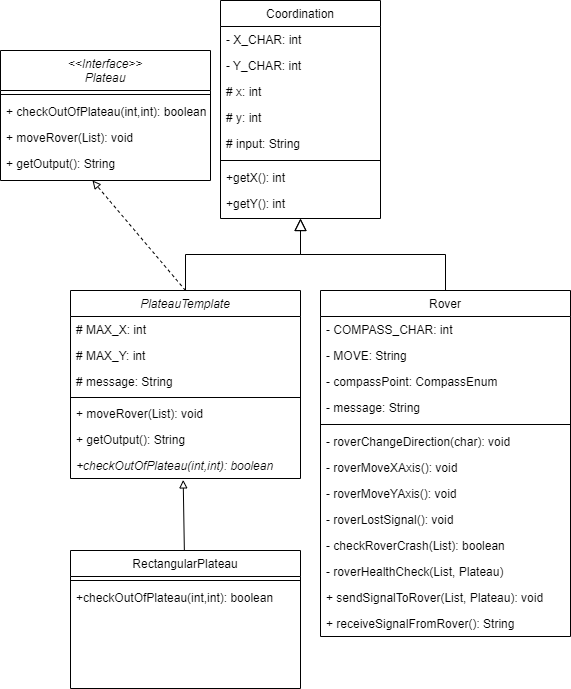
The draw.io diagram Mars-Rover-Kata_final.drawio.png in punkason/Mars-Rover-Kata, before a commit. Source tidied: cells renumbered, new cells last; positions are measured from the earlier drawing's top-left corner, leaving out a move shared by most shapes.
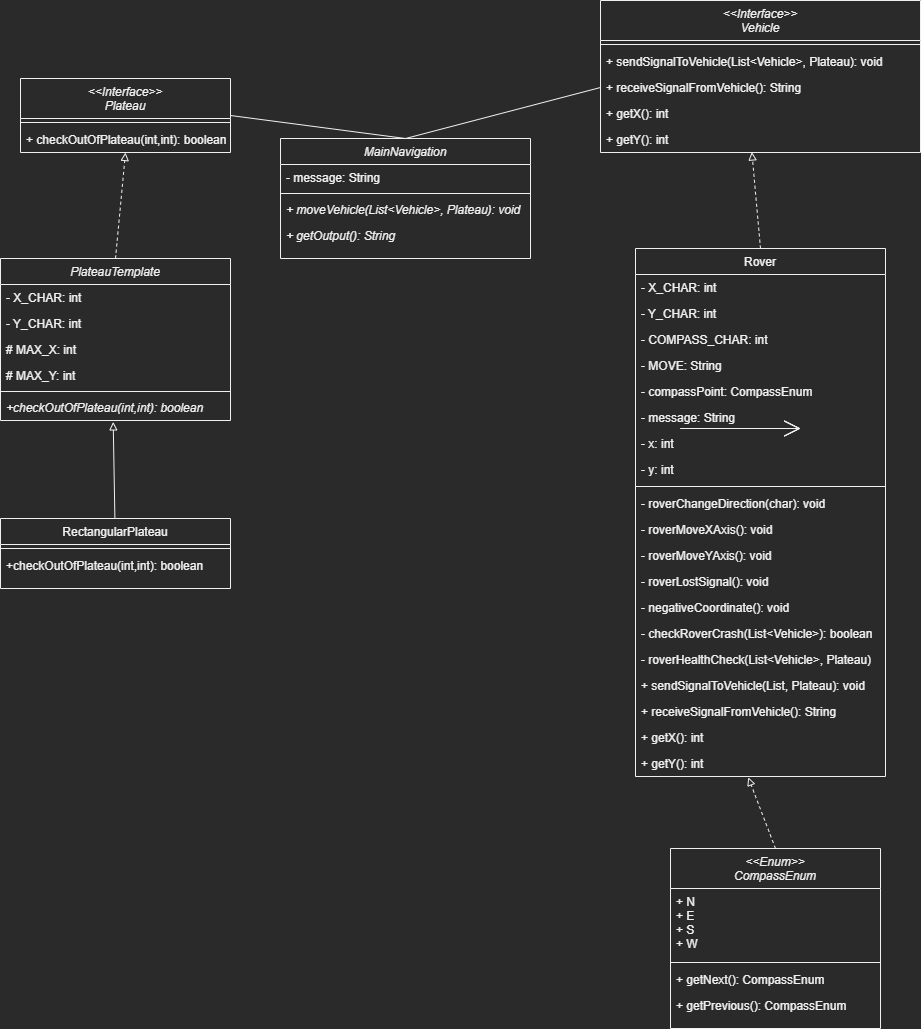
The same diagram one commit later.

Commit message:
Update UML diagram

Diff of the diagram source:
```diff
@@ -2,107 +2,92 @@
   <root>
     <mxCell id="0" />
     <mxCell id="1" parent="0" />
-    <mxCell id="2" value="Coordination" style="swimlane;fontStyle=0;align=center;verticalAlign=top;horizontal=1;startSize=26;rounded=0;shadow=0;strokeWidth=1;" parent="1" vertex="1">
-      <mxGeometry x="220" width="160" height="218" as="geometry" />
-    </mxCell>
-    <mxCell id="3" value="- X_CHAR: int" style="text;align=left;verticalAlign=top;spacingLeft=4;spacingRight=4;overflow=hidden;" parent="2" vertex="1">
-      <mxGeometry y="26" width="160" height="26" as="geometry" />
-    </mxCell>
-    <mxCell id="4" value="- Y_CHAR: int" style="text;align=left;verticalAlign=top;spacingLeft=4;spacingRight=4;overflow=hidden;rounded=0;shadow=0;html=0;" parent="2" vertex="1">
-      <mxGeometry y="52" width="160" height="26" as="geometry" />
-    </mxCell>
-    <mxCell id="5" value="# x: int" style="text;align=left;verticalAlign=top;spacingLeft=4;spacingRight=4;overflow=hidden;rounded=0;shadow=0;html=0;" parent="2" vertex="1">
-      <mxGeometry y="78" width="160" height="26" as="geometry" />
-    </mxCell>
-    <mxCell id="6" value="# y: int" style="text;align=left;verticalAlign=top;spacingLeft=4;spacingRight=4;overflow=hidden;rounded=0;shadow=0;html=0;" parent="2" vertex="1">
-      <mxGeometry y="104" width="160" height="26" as="geometry" />
-    </mxCell>
-    <mxCell id="7" value="# input: String" style="text;align=left;verticalAlign=top;spacingLeft=4;spacingRight=4;overflow=hidden;rounded=0;shadow=0;html=0;" parent="2" vertex="1">
-      <mxGeometry y="130" width="160" height="26" as="geometry" />
-    </mxCell>
-    <mxCell id="8" style="line;html=1;strokeWidth=1;align=left;verticalAlign=middle;spacingTop=-1;spacingLeft=3;spacingRight=3;labelPosition=right;" parent="2" vertex="1">
-      <mxGeometry y="156" width="160" height="8" as="geometry" />
-    </mxCell>
-    <mxCell id="9" value="+getX(): int" style="text;align=left;verticalAlign=top;spacingLeft=4;spacingRight=4;overflow=hidden;" parent="2" vertex="1">
-      <mxGeometry y="164" width="160" height="26" as="geometry" />
-    </mxCell>
-    <mxCell id="10" value="+getY(): int" style="text;align=left;verticalAlign=top;spacingLeft=4;spacingRight=4;overflow=hidden;" parent="2" vertex="1">
-      <mxGeometry y="190" width="160" height="26" as="geometry" />
-    </mxCell>
     <mxCell id="11" value="PlateauTemplate" style="swimlane;fontStyle=2;align=center;verticalAlign=top;horizontal=1;startSize=26;rounded=0;shadow=0;strokeWidth=1;" parent="1" vertex="1">
-      <mxGeometry x="70" y="290" width="230" height="188" as="geometry" />
+      <mxGeometry x="70" y="290" width="230" height="162" as="geometry" />
     </mxCell>
-    <mxCell id="12" value="# MAX_X: int" style="text;align=left;verticalAlign=top;spacingLeft=4;spacingRight=4;overflow=hidden;" parent="11" vertex="1">
+    <mxCell id="12" value="- X_CHAR: int" style="text;align=left;verticalAlign=top;spacingLeft=4;spacingRight=4;overflow=hidden;" parent="11" vertex="1">
       <mxGeometry y="26" width="230" height="26" as="geometry" />
     </mxCell>
-    <mxCell id="13" value="# MAX_Y: int" style="text;align=left;verticalAlign=top;spacingLeft=4;spacingRight=4;overflow=hidden;" parent="11" vertex="1">
+    <mxCell id="13" value="- Y_CHAR: int" style="text;align=left;verticalAlign=top;spacingLeft=4;spacingRight=4;overflow=hidden;" parent="11" vertex="1">
       <mxGeometry y="52" width="230" height="26" as="geometry" />
     </mxCell>
+    <mxCell id="45" value="# MAX_X: int" style="text;align=left;verticalAlign=top;spacingLeft=4;spacingRight=4;overflow=hidden;" parent="11" vertex="1">
+      <mxGeometry y="78" width="230" height="26" as="geometry" />
+    </mxCell>
-    <mxCell id="14" value="# message: String" style="text;align=left;verticalAlign=top;spacingLeft=4;spacingRight=4;overflow=hidden;" parent="11" vertex="1">
-      <mxGeometry y="78" width="230" height="26" as="geometry" />
+    <mxCell id="14" value="# MAX_Y: int" style="text;align=left;verticalAlign=top;spacingLeft=4;spacingRight=4;overflow=hidden;" parent="11" vertex="1">
+      <mxGeometry y="104" width="230" height="26" as="geometry" />
     </mxCell>
     <mxCell id="15" style="line;html=1;strokeWidth=1;align=left;verticalAlign=middle;spacingTop=-1;spacingLeft=3;spacingRight=3;labelPosition=right;" parent="11" vertex="1">
-      <mxGeometry y="104" width="230" height="6" as="geometry" />
+      <mxGeometry y="130" width="230" height="6" as="geometry" />
     </mxCell>
-    <mxCell id="16" value="+ moveRover(List): void" style="text;align=left;verticalAlign=top;spacingLeft=4;spacingRight=4;overflow=hidden;" parent="11" vertex="1">
-      <mxGeometry y="110" width="230" height="26" as="geometry" />
-    </mxCell>
-    <mxCell id="17" value="+ getOutput(): String" style="text;align=left;verticalAlign=top;spacingLeft=4;spacingRight=4;overflow=hidden;" parent="11" vertex="1">
-      <mxGeometry y="136" width="230" height="26" as="geometry" />
-    </mxCell>
     <mxCell id="18" value="+checkOutOfPlateau(int,int): boolean" style="text;align=left;verticalAlign=top;spacingLeft=4;spacingRight=4;overflow=hidden;points=[[0,0.5],[1,0.5]];portConstraint=eastwest;fontStyle=2;" parent="11" vertex="1">
-      <mxGeometry y="162" width="230" height="26" as="geometry" />
+      <mxGeometry y="136" width="230" height="26" as="geometry" />
     </mxCell>
-    <mxCell id="19" style="endArrow=block;endSize=10;endFill=0;shadow=0;strokeWidth=1;rounded=0;edgeStyle=elbowEdgeStyle;elbow=vertical;" parent="1" edge="1" source="11" target="2">
-      <mxGeometry relative="1" as="geometry" />
-    </mxCell>
     <mxCell id="20" value="Rover" style="swimlane;fontStyle=0;align=center;verticalAlign=top;horizontal=1;startSize=26;rounded=0;shadow=0;strokeWidth=1;" parent="1" vertex="1">
-      <mxGeometry x="320" y="290" width="250" height="346" as="geometry" />
+      <mxGeometry x="705" y="280" width="250" height="528" as="geometry" />
     </mxCell>
-    <mxCell id="21" value="- COMPASS_CHAR: int" style="text;align=left;verticalAlign=top;spacingLeft=4;spacingRight=4;overflow=hidden;" parent="20" vertex="1">
+    <mxCell id="21" value="- X_CHAR: int" style="text;align=left;verticalAlign=top;spacingLeft=4;spacingRight=4;overflow=hidden;" parent="20" vertex="1">
       <mxGeometry y="26" width="250" height="26" as="geometry" />
     </mxCell>
+    <mxCell id="4" value="- Y_CHAR: int" style="text;align=left;verticalAlign=top;spacingLeft=4;spacingRight=4;overflow=hidden;" parent="20" vertex="1">
+      <mxGeometry y="52" width="250" height="26" as="geometry" />
+    </mxCell>
+    <mxCell id="46" value="- COMPASS_CHAR: int" style="text;align=left;verticalAlign=top;spacingLeft=4;spacingRight=4;overflow=hidden;" parent="20" vertex="1">
+      <mxGeometry y="78" width="250" height="26" as="geometry" />
+    </mxCell>
     <mxCell id="22" value="- MOVE: String" style="text;align=left;verticalAlign=top;spacingLeft=4;spacingRight=4;overflow=hidden;" parent="20" vertex="1">
-      <mxGeometry y="52" width="250" height="26" as="geometry" />
+      <mxGeometry y="104" width="250" height="26" as="geometry" />
     </mxCell>
     <mxCell id="23" value="- compassPoint: CompassEnum" style="text;align=left;verticalAlign=top;spacingLeft=4;spacingRight=4;overflow=hidden;" parent="20" vertex="1">
-      <mxGeometry y="78" width="250" height="26" as="geometry" />
+      <mxGeometry y="130" width="250" height="26" as="geometry" />
     </mxCell>
+    <mxCell id="47" value="- message: String" style="text;align=left;verticalAlign=top;spacingLeft=4;spacingRight=4;overflow=hidden;" parent="20" vertex="1">
+      <mxGeometry y="156" width="250" height="26" as="geometry" />
+    </mxCell>
+    <mxCell id="48" value="- x: int" style="text;align=left;verticalAlign=top;spacingLeft=4;spacingRight=4;overflow=hidden;" parent="20" vertex="1">
+      <mxGeometry y="182" width="250" height="26" as="geometry" />
+    </mxCell>
-    <mxCell id="24" value="- message: String" style="text;align=left;verticalAlign=top;spacingLeft=4;spacingRight=4;overflow=hidden;" parent="20" vertex="1">
-      <mxGeometry y="104" width="250" height="26" as="geometry" />
+    <mxCell id="24" value="- y: int" style="text;align=left;verticalAlign=top;spacingLeft=4;spacingRight=4;overflow=hidden;" parent="20" vertex="1">
+      <mxGeometry y="208" width="250" height="26" as="geometry" />
     </mxCell>
     <mxCell id="25" style="line;html=1;strokeWidth=1;align=left;verticalAlign=middle;spacingTop=-1;spacingLeft=3;spacingRight=3;labelPosition=right;" parent="20" vertex="1">
-      <mxGeometry y="130" width="250" height="8" as="geometry" />
+      <mxGeometry y="234" width="250" height="8" as="geometry" />
     </mxCell>
     <mxCell id="26" value="- roverChangeDirection(char): void" style="text;align=left;verticalAlign=top;spacingLeft=4;spacingRight=4;overflow=hidden;" parent="20" vertex="1">
-      <mxGeometry y="138" width="250" height="26" as="geometry" />
+      <mxGeometry y="242" width="250" height="26" as="geometry" />
     </mxCell>
     <mxCell id="27" value="- roverMoveXAxis(): void" style="text;align=left;verticalAlign=top;spacingLeft=4;spacingRight=4;overflow=hidden;" parent="20" vertex="1">
-      <mxGeometry y="164" width="250" height="26" as="geometry" />
+      <mxGeometry y="268" width="250" height="26" as="geometry" />
     </mxCell>
     <mxCell id="28" value="- roverMoveYAxis(): void" style="text;align=left;verticalAlign=top;spacingLeft=4;spacingRight=4;overflow=hidden;" parent="20" vertex="1">
-      <mxGeometry y="190" width="250" height="26" as="geometry" />
+      <mxGeometry y="294" width="250" height="26" as="geometry" />
     </mxCell>
     <mxCell id="29" value="- roverLostSignal(): void" style="text;align=left;verticalAlign=top;spacingLeft=4;spacingRight=4;overflow=hidden;" parent="20" vertex="1">
-      <mxGeometry y="216" width="250" height="26" as="geometry" />
+      <mxGeometry y="320" width="250" height="26" as="geometry" />
     </mxCell>
+    <mxCell id="49" value="- negativeCoordinate(): void" style="text;align=left;verticalAlign=top;spacingLeft=4;spacingRight=4;overflow=hidden;" parent="20" vertex="1">
+      <mxGeometry y="346" width="250" height="26" as="geometry" />
+    </mxCell>
-    <mxCell id="30" value="- checkRoverCrash(List): boolean" style="text;align=left;verticalAlign=top;spacingLeft=4;spacingRight=4;overflow=hidden;" parent="20" vertex="1">
-      <mxGeometry y="242" width="250" height="26" as="geometry" />
+    <mxCell id="30" value="- checkRoverCrash(List&lt;Vehicle&gt;): boolean" style="text;align=left;verticalAlign=top;spacingLeft=4;spacingRight=4;overflow=hidden;" parent="20" vertex="1">
+      <mxGeometry y="372" width="250" height="26" as="geometry" />
     </mxCell>
-    <mxCell id="31" value="- roverHealthCheck(List, Plateau)" style="text;align=left;verticalAlign=top;spacingLeft=4;spacingRight=4;overflow=hidden;" parent="20" vertex="1">
-      <mxGeometry y="268" width="250" height="26" as="geometry" />
+    <mxCell id="31" value="- roverHealthCheck(List&lt;Vehicle&gt;, Plateau)" style="text;align=left;verticalAlign=top;spacingLeft=4;spacingRight=4;overflow=hidden;" parent="20" vertex="1">
+      <mxGeometry y="398" width="250" height="26" as="geometry" />
     </mxCell>
-    <mxCell id="32" value="+ sendSignalToRover(List, Plateau): void" style="text;align=left;verticalAlign=top;spacingLeft=4;spacingRight=4;overflow=hidden;" parent="20" vertex="1">
-      <mxGeometry y="294" width="250" height="26" as="geometry" />
+    <mxCell id="32" value="+ sendSignalToVehicle(List, Plateau): void" style="text;align=left;verticalAlign=top;spacingLeft=4;spacingRight=4;overflow=hidden;" parent="20" vertex="1">
+      <mxGeometry y="424" width="250" height="26" as="geometry" />
     </mxCell>
-    <mxCell id="33" value="+ receiveSignalFromRover(): String" style="text;align=left;verticalAlign=top;spacingLeft=4;spacingRight=4;overflow=hidden;" parent="20" vertex="1">
-      <mxGeometry y="320" width="250" height="26" as="geometry" />
+    <mxCell id="33" value="+ receiveSignalFromVehicle(): String" style="text;align=left;verticalAlign=top;spacingLeft=4;spacingRight=4;overflow=hidden;" parent="20" vertex="1">
+      <mxGeometry y="450" width="250" height="26" as="geometry" />
     </mxCell>
-    <mxCell id="34" style="endArrow=block;endSize=10;endFill=0;shadow=0;strokeWidth=1;rounded=0;edgeStyle=elbowEdgeStyle;elbow=vertical;" parent="1" edge="1" source="20" target="2">
-      <mxGeometry relative="1" as="geometry" />
-    </mxCell>
+    <mxCell id="50" value="+ getX(): int" style="text;align=left;verticalAlign=top;spacingLeft=4;spacingRight=4;overflow=hidden;" parent="20" vertex="1">
+      <mxGeometry y="476" width="250" height="26" as="geometry" />
+    </mxCell>
+    <mxCell id="51" value="+ getY(): int" style="text;align=left;verticalAlign=top;spacingLeft=4;spacingRight=4;overflow=hidden;points=[[0,0.5],[1,0.5]];portConstraint=eastwest;" parent="20" vertex="1">
+      <mxGeometry y="502" width="250" height="26" as="geometry" />
+    </mxCell>
     <mxCell id="35" value="&lt;&lt;Interface&gt;&gt;&#10;Plateau" style="swimlane;fontStyle=2;align=center;verticalAlign=top;horizontal=1;startSize=40;rounded=0;shadow=0;strokeWidth=1;" parent="1" vertex="1">
-      <mxGeometry y="50" width="210" height="130" as="geometry" />
+      <mxGeometry x="90" y="110" width="210" height="74" as="geometry" />
     </mxCell>
     <mxCell id="36" style="line;html=1;strokeWidth=1;align=left;verticalAlign=middle;spacingTop=-1;spacingLeft=3;spacingRight=3;labelPosition=right;" parent="35" vertex="1">
       <mxGeometry y="40" width="210" height="8" as="geometry" />
@@ -110,14 +95,8 @@
     <mxCell id="37" value="+ checkOutOfPlateau(int,int): boolean" style="text;align=left;verticalAlign=top;spacingLeft=4;spacingRight=4;overflow=hidden;" parent="35" vertex="1">
       <mxGeometry y="48" width="210" height="26" as="geometry" />
     </mxCell>
-    <mxCell id="38" value="+ moveRover(List): void" style="text;align=left;verticalAlign=top;spacingLeft=4;spacingRight=4;overflow=hidden;" parent="35" vertex="1">
-      <mxGeometry y="74" width="210" height="26" as="geometry" />
-    </mxCell>
-    <mxCell id="39" value="+ getOutput(): String" style="text;align=left;verticalAlign=top;spacingLeft=4;spacingRight=4;overflow=hidden;points=[[0,0.5],[1,0.5]];portConstraint=eastwest;" parent="35" vertex="1">
-      <mxGeometry y="100" width="210" height="26" as="geometry" />
-    </mxCell>
     <mxCell id="40" value="RectangularPlateau" style="swimlane;fontStyle=0;align=center;verticalAlign=top;horizontal=1;startSize=26;rounded=0;shadow=0;strokeWidth=1;" parent="1" vertex="1">
-      <mxGeometry x="70" y="550" width="230" height="138" as="geometry" />
+      <mxGeometry x="70" y="550" width="230" height="70" as="geometry" />
     </mxCell>
     <mxCell id="41" style="line;html=1;strokeWidth=1;align=left;verticalAlign=middle;spacingTop=-1;spacingLeft=3;spacingRight=3;labelPosition=right;" parent="40" vertex="1">
       <mxGeometry y="26" width="230" height="8" as="geometry" />
@@ -125,11 +104,89 @@
     <mxCell id="42" value="+checkOutOfPlateau(int,int): boolean" style="text;align=left;verticalAlign=top;spacingLeft=4;spacingRight=4;overflow=hidden;" parent="40" vertex="1">
       <mxGeometry y="34" width="230" height="26" as="geometry" />
     </mxCell>
-    <mxCell id="43" style="endArrow=block;html=1;rounded=0;exitX=0.5;exitY=0;exitDx=0;exitDy=0;entryX=0.438;entryY=1.154;entryDx=0;entryDy=0;entryPerimeter=0;dashed=1;endFill=0;" parent="1" edge="1" source="11" target="39">
+    <mxCell id="43" style="endArrow=block;html=1;rounded=0;exitX=0.5;exitY=0;exitDx=0;exitDy=0;entryX=0.5;entryY=1;entryDx=0;entryDy=0;dashed=1;endFill=0;" parent="1" edge="1" source="11" target="35">
       <mxGeometry relative="1" as="geometry" />
     </mxCell>
     <mxCell id="44" style="endArrow=block;html=1;rounded=0;endFill=0;entryX=0.49;entryY=1.054;entryDx=0;entryDy=0;entryPerimeter=0;" parent="1" edge="1" source="40" target="18">
       <mxGeometry relative="1" as="geometry" />
     </mxCell>
+    <mxCell id="52" value="&lt;&lt;Enum&gt;&gt; &#10;CompassEnum" style="swimlane;fontStyle=2;align=center;verticalAlign=top;horizontal=1;startSize=40;rounded=0;shadow=0;strokeWidth=1;" parent="1" vertex="1">
+      <mxGeometry x="740" y="880" width="210" height="180" as="geometry" />
+    </mxCell>
+    <mxCell id="53" value="+ N&#10;+ E&#10;+ S&#10;+ W" style="text;align=left;verticalAlign=top;spacingLeft=4;spacingRight=4;overflow=hidden;" parent="52" vertex="1">
+      <mxGeometry y="40" width="210" height="70" as="geometry" />
+    </mxCell>
+    <mxCell id="54" style="line;html=1;strokeWidth=1;align=left;verticalAlign=middle;spacingTop=-1;spacingLeft=3;spacingRight=3;labelPosition=right;" parent="52" vertex="1">
+      <mxGeometry y="110" width="210" height="8" as="geometry" />
+    </mxCell>
+    <mxCell id="55" value="+ getNext(): CompassEnum" style="text;align=left;verticalAlign=top;spacingLeft=4;spacingRight=4;overflow=hidden;" parent="52" vertex="1">
+      <mxGeometry y="118" width="210" height="26" as="geometry" />
+    </mxCell>
+    <mxCell id="56" value="+ getPrevious(): CompassEnum" style="text;align=left;verticalAlign=top;spacingLeft=4;spacingRight=4;overflow=hidden;" parent="52" vertex="1">
+      <mxGeometry y="144" width="210" height="26" as="geometry" />
+    </mxCell>
+    <mxCell id="57" style="endArrow=block;html=1;rounded=0;exitX=0.5;exitY=0;exitDx=0;exitDy=0;entryX=0.473;entryY=0.981;entryDx=0;entryDy=0;dashed=1;endFill=0;entryPerimeter=0;" parent="1" edge="1" source="20" target="63">
+      <mxGeometry relative="1" as="geometry" />
+    </mxCell>
+    <mxCell id="58" value="&lt;&lt;Interface&gt;&gt;&#10;Vehicle" style="swimlane;fontStyle=2;align=center;verticalAlign=top;horizontal=1;startSize=40;rounded=0;shadow=0;strokeWidth=1;" parent="1" vertex="1">
+      <mxGeometry x="670" y="32" width="320" height="152" as="geometry" />
+    </mxCell>
+    <mxCell id="59" style="line;html=1;strokeWidth=1;align=left;verticalAlign=middle;spacingTop=-1;spacingLeft=3;spacingRight=3;labelPosition=right;" parent="58" vertex="1">
+      <mxGeometry y="40" width="320" height="8" as="geometry" />
+    </mxCell>
+    <mxCell id="60" value="+ sendSignalToVehicle(List&lt;Vehicle&gt;, Plateau): void" style="text;align=left;verticalAlign=top;spacingLeft=4;spacingRight=4;overflow=hidden;" parent="58" vertex="1">
+      <mxGeometry y="48" width="320" height="26" as="geometry" />
+    </mxCell>
+    <mxCell id="61" value="+ receiveSignalFromVehicle(): String" style="text;align=left;verticalAlign=top;spacingLeft=4;spacingRight=4;overflow=hidden;points=[[0,0.5],[1,0.5]];portConstraint=eastwest;" parent="58" vertex="1">
+      <mxGeometry y="74" width="320" height="26" as="geometry" />
+    </mxCell>
+    <mxCell id="62" value="+ getX(): int" style="text;align=left;verticalAlign=top;spacingLeft=4;spacingRight=4;overflow=hidden;" parent="58" vertex="1">
+      <mxGeometry y="100" width="320" height="26" as="geometry" />
+    </mxCell>
+    <mxCell id="63" value="+ getY(): int" style="text;align=left;verticalAlign=top;spacingLeft=4;spacingRight=4;overflow=hidden;points=[[0,0.5],[1,0.5]];portConstraint=eastwest;" parent="58" vertex="1">
+      <mxGeometry y="126" width="320" height="26" as="geometry" />
+    </mxCell>
+    <mxCell id="64" style="endArrow=block;html=1;rounded=0;exitX=0.5;exitY=0;exitDx=0;exitDy=0;dashed=1;endFill=0;entryX=0.451;entryY=1.032;entryDx=0;entryDy=0;entryPerimeter=0;" parent="1" edge="1" source="52" target="51">
+      <mxGeometry relative="1" as="geometry" />
+    </mxCell>
+    <mxCell id="65" value="MainNavigation" style="swimlane;fontStyle=2;align=center;verticalAlign=top;horizontal=1;startSize=26;rounded=0;shadow=0;strokeWidth=1;" parent="1" vertex="1">
+      <mxGeometry x="350" y="170" width="250" height="120" as="geometry" />
+    </mxCell>
+    <mxCell id="66" value="- message: String" style="text;align=left;verticalAlign=top;spacingLeft=4;spacingRight=4;overflow=hidden;" parent="65" vertex="1">
+      <mxGeometry y="26" width="250" height="26" as="geometry" />
+    </mxCell>
+    <mxCell id="67" style="line;html=1;strokeWidth=1;align=left;verticalAlign=middle;spacingTop=-1;spacingLeft=3;spacingRight=3;labelPosition=right;" parent="65" vertex="1">
+      <mxGeometry y="52" width="250" height="6" as="geometry" />
+    </mxCell>
+    <mxCell id="68" value="+ moveVehicle(List&lt;Vehicle&gt;, Plateau): void" style="text;align=left;verticalAlign=top;spacingLeft=4;spacingRight=4;overflow=hidden;fontStyle=2;" parent="65" vertex="1">
+      <mxGeometry y="58" width="250" height="26" as="geometry" />
+    </mxCell>
+    <mxCell id="69" value="+ getOutput(): String" style="text;align=left;verticalAlign=top;spacingLeft=4;spacingRight=4;overflow=hidden;fontStyle=2;" parent="65" vertex="1">
+      <mxGeometry y="84" width="250" height="26" as="geometry" />
+    </mxCell>
+    <mxCell id="70" style="edgeStyle=none;orthogonalLoop=1;jettySize=auto;html=1;rounded=0;endArrow=open;startSize=14;endSize=14;sourcePerimeterSpacing=8;targetPerimeterSpacing=8;curved=1;" parent="1" edge="1">
+      <mxGeometry relative="1" as="geometry">
+        <mxPoint x="750" y="460" as="sourcePoint" />
+        <mxPoint x="870" y="460" as="targetPoint" />
+      </mxGeometry>
+    </mxCell>
+    <mxCell id="71" style="edgeStyle=none;orthogonalLoop=1;jettySize=auto;html=1;rounded=0;endArrow=open;startSize=14;endSize=14;sourcePerimeterSpacing=8;targetPerimeterSpacing=8;curved=1;" parent="1" edge="1">
+      <mxGeometry relative="1" as="geometry">
+        <mxPoint x="750" y="460" as="sourcePoint" />
+        <mxPoint x="870" y="460" as="targetPoint" />
+      </mxGeometry>
+    </mxCell>
+    <mxCell id="72" style="edgeStyle=none;orthogonalLoop=1;jettySize=auto;html=1;rounded=0;endArrow=open;startSize=14;endSize=14;sourcePerimeterSpacing=8;targetPerimeterSpacing=8;curved=1;" parent="1" edge="1">
+      <mxGeometry relative="1" as="geometry">
+        <mxPoint x="750" y="460" as="sourcePoint" />
+        <mxPoint x="870" y="460" as="targetPoint" />
+      </mxGeometry>
+    </mxCell>
+    <mxCell id="73" style="edgeStyle=none;jettySize=auto;html=1;rounded=0;endArrow=none;startSize=14;endSize=14;sourcePerimeterSpacing=8;targetPerimeterSpacing=8;curved=1;entryX=0;entryY=0.5;entryDx=0;entryDy=0;endFill=0;exitX=0.5;exitY=0;exitDx=0;exitDy=0;" parent="1" edge="1" source="65" target="61">
+      <mxGeometry relative="1" as="geometry" />
+    </mxCell>
+    <mxCell id="74" style="edgeStyle=none;jettySize=auto;html=1;rounded=0;endArrow=none;startSize=14;endSize=14;sourcePerimeterSpacing=8;targetPerimeterSpacing=8;curved=1;entryX=1;entryY=0.5;entryDx=0;entryDy=0;exitX=0.5;exitY=0;exitDx=0;exitDy=0;strokeColor=default;endFill=0;" parent="1" edge="1" source="65" target="35">
+      <mxGeometry relative="1" as="geometry" />
+    </mxCell>
   </root>
 </mxGraphModel>
```
